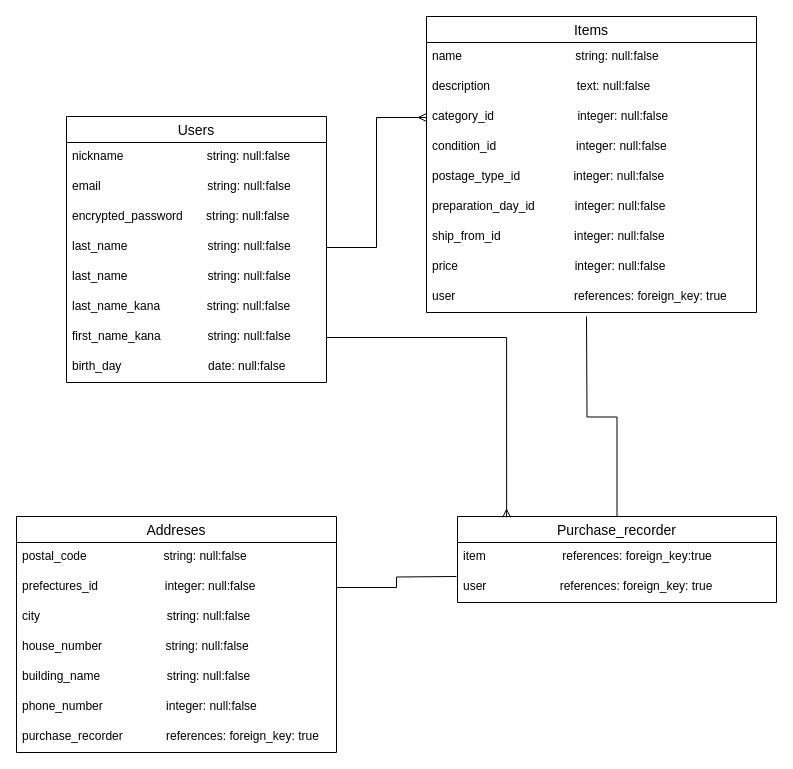
This is furima.dio from OguraShota/furima-32084, a draw.io file, before an edit. Source tidied: cells renumbered, new cells numbered last; positions are measured from the earlier drawing's top-left corner, leaving out a move shared by most shapes. Both pictures are drawn from the tidied source at 100%, with x=0, y=0 at pixel (16, 16).
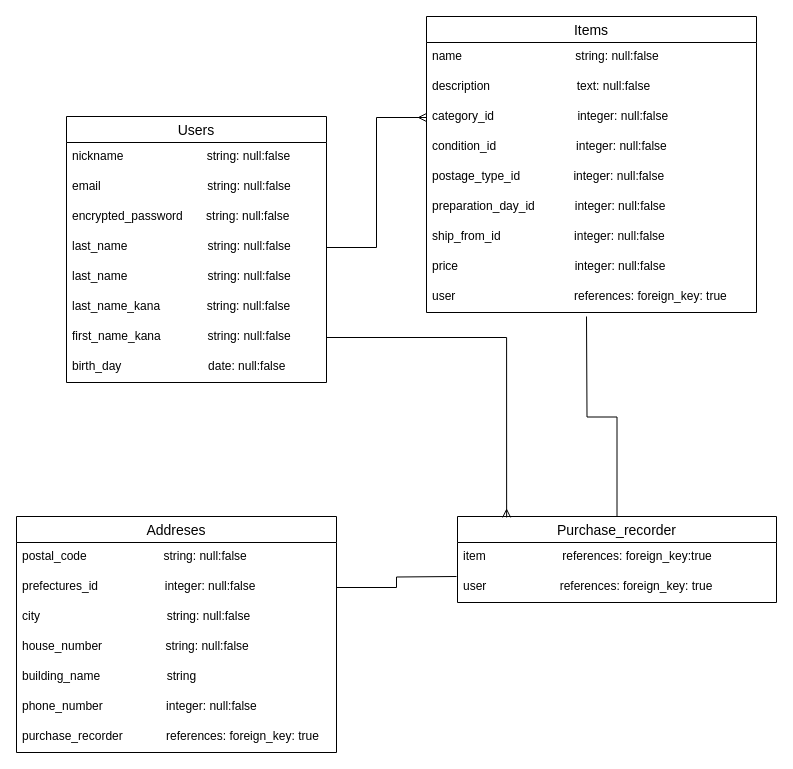
After the change.

Commit message (it also covers changes not shown here):
DB設計の修正3

The change refers to these unchanged cells:
```xml
<mxCell id="23" value="Addreses" style="swimlane;fontStyle=0;horizontal=1;startSize=26;align=center;fontSize=14;" parent="1" vertex="1">
  <mxGeometry y="500" width="320" height="236" as="geometry" />
</mxCell>
```

Change to the diagram source:
```diff
@@
-    <mxCell id="28" value="building_name                    string: null:false" style="text;strokeColor=none;fillColor=none;spacingLeft=4;spacingRight=4;overflow=hidden;fontSize=12;" parent="23" vertex="1">
+    <mxCell id="28" value="building_name                    string" style="text;strokeColor=none;fillColor=none;spacingLeft=4;spacingRight=4;overflow=hidden;fontSize=12;" parent="23" vertex="1">
       <mxGeometry y="146" width="320" height="30" as="geometry" />
     </mxCell>
```
